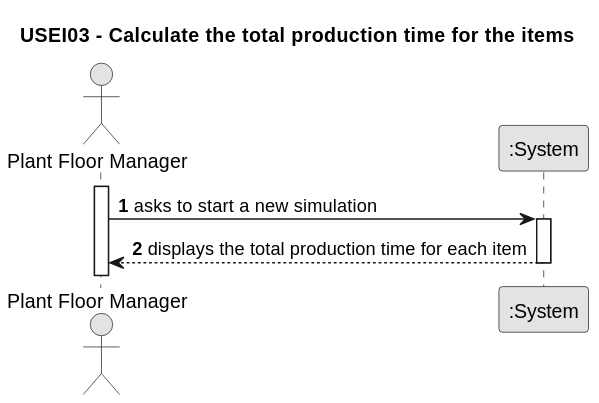
Before: documentation/sprint1/ESINF/usei03/01.requirements-engineering/svg/us003-system-sequence-diagram-alternative-one-USEI03___Calculate_the_total_production_time_for_the_items.svg, a diagram exported from PlantUML (JorgeUbaldoR/sem3-25-pi-2024_25-G131). Source of this version:
```plantuml
@startuml
skinparam monochrome true
skinparam packageStyle rectangle
skinparam shadowing false

title USEI03 - Calculate the total production time for the items

autonumber

actor "Plant Floor Manager" as PFM
participant ":System" as System

activate PFM

    PFM -> System : asks to start a new simulation
    activate System

    System --> PFM : displays the total production time for each item
    deactivate System


@enduml
```
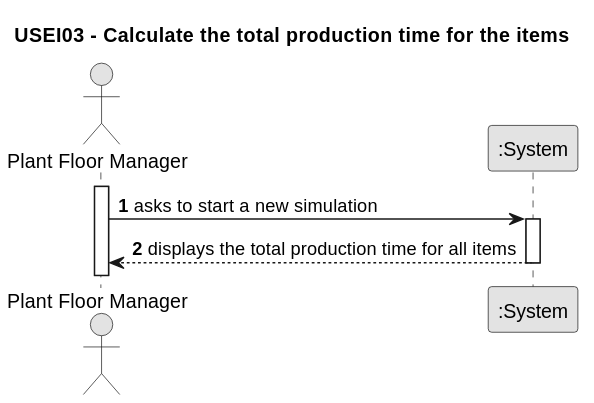
The same file after the commit.

What changed in the source:
```diff
@@ -15,8 +15,6 @@
     PFM -> System : asks to start a new simulation
     activate System
 
-    System --> PFM : displays the total production time for each item
+    System --> PFM : displays the total production time for all items
     deactivate System
-
-
 @enduml
```
